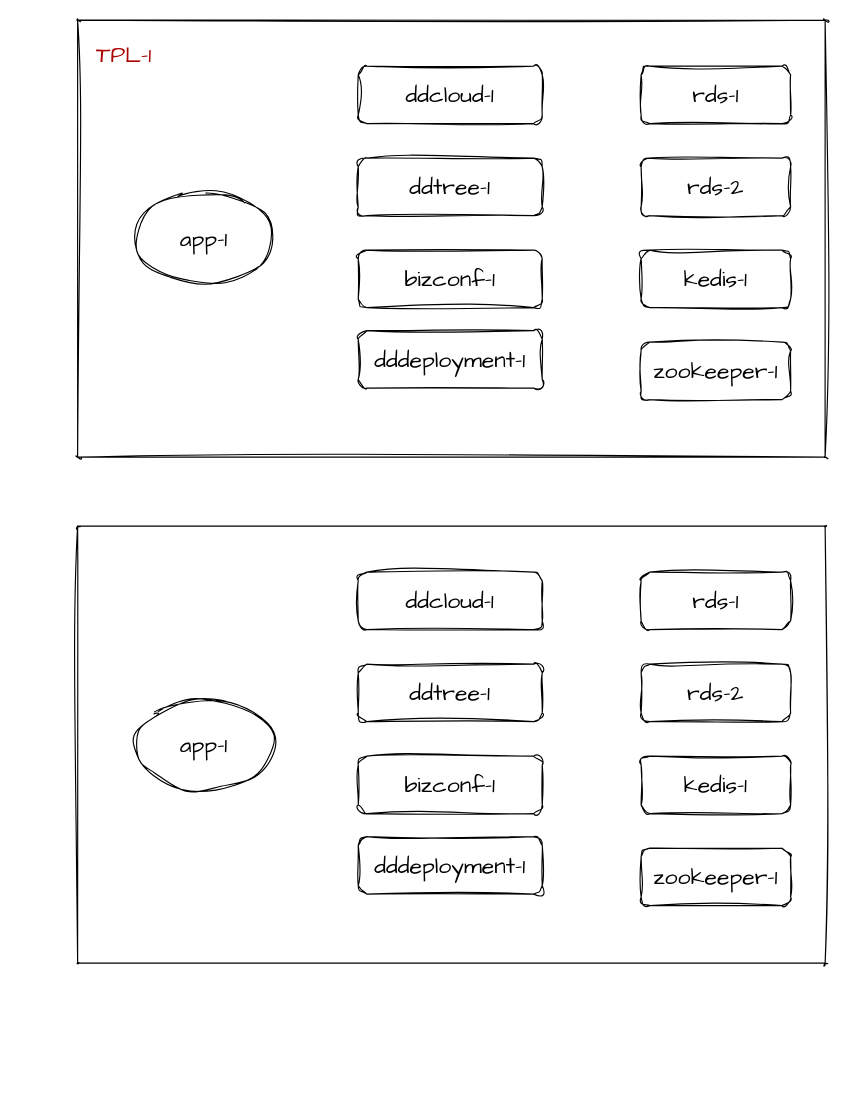
Earlier version of the draw.io diagram page "应用中心模板" (4 of 4) of app-prober.drawio (yubo/draw). Source tidied: cells renumbered, new cells numbered last; positions are measured from the earlier drawing's top-left corner, leaving out a move shared by most shapes. Both pictures are drawn from the tidied source at 115%, with x=0, y=0 at pixel (77, 20).
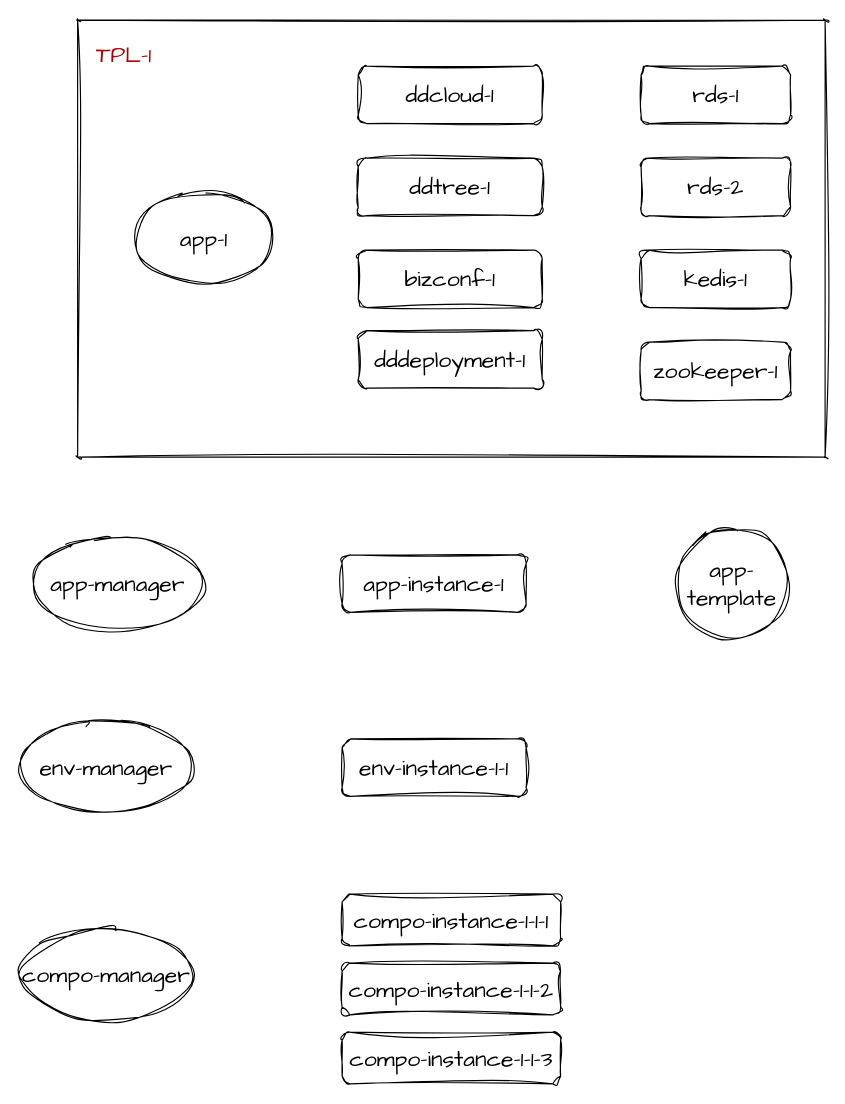
The same diagram, later.

The edit, as a diff of the source:
```diff
@@
-    <mxCell id="12" style="swimlane;startSize=0;sketch=1;hachureGap=4;jiggle=2;curveFitting=1;fontFamily=Architects Daughter;fontSize=20;rounded=1;arcSize=15;strokeColor=default;strokeWidth=1;glass=0;shadow=0;" parent="1" vertex="1">
-      <mxGeometry y="440" width="650" height="380" as="geometry" />
-    </mxCell>
-    <mxCell id="13" value="rds-1" style="rounded=1;whiteSpace=wrap;html=1;sketch=1;hachureGap=4;jiggle=2;curveFitting=1;fontFamily=Architects Daughter;fontSize=20;" parent="12" vertex="1">
-      <mxGeometry x="490" y="40" width="130" height="50" as="geometry" />
-    </mxCell>
-    <mxCell id="14" value="app-1" style="ellipse;whiteSpace=wrap;html=1;sketch=1;hachureGap=4;jiggle=2;curveFitting=1;fontFamily=Architects Daughter;fontSize=20;" parent="12" vertex="1">
-      <mxGeometry x="50" y="150" width="120" height="80" as="geometry" />
-    </mxCell>
-    <mxCell id="15" value="rds-2" style="rounded=1;whiteSpace=wrap;html=1;sketch=1;hachureGap=4;jiggle=2;curveFitting=1;fontFamily=Architects Daughter;fontSize=20;" parent="12" vertex="1">
-      <mxGeometry x="490" y="120" width="130" height="50" as="geometry" />
-    </mxCell>
-    <mxCell id="16" value="kedis-1" style="rounded=1;whiteSpace=wrap;html=1;sketch=1;hachureGap=4;jiggle=2;curveFitting=1;fontFamily=Architects Daughter;fontSize=20;" parent="12" vertex="1">
-      <mxGeometry x="490" y="200" width="130" height="50" as="geometry" />
-    </mxCell>
-    <mxCell id="17" value="zookeeper-1" style="rounded=1;whiteSpace=wrap;html=1;sketch=1;hachureGap=4;jiggle=2;curveFitting=1;fontFamily=Architects Daughter;fontSize=20;" parent="12" vertex="1">
-      <mxGeometry x="490" y="280" width="130" height="50" as="geometry" />
-    </mxCell>
-    <mxCell id="18" value="ddcloud-1" style="rounded=1;whiteSpace=wrap;html=1;sketch=1;hachureGap=4;jiggle=2;curveFitting=1;fontFamily=Architects Daughter;fontSize=20;" parent="12" vertex="1">
-      <mxGeometry x="244" y="40" width="160" height="50" as="geometry" />
-    </mxCell>
-    <mxCell id="19" value="ddtree-1" style="rounded=1;whiteSpace=wrap;html=1;sketch=1;hachureGap=4;jiggle=2;curveFitting=1;fontFamily=Architects Daughter;fontSize=20;" parent="12" vertex="1">
-      <mxGeometry x="244" y="120" width="160" height="50" as="geometry" />
-    </mxCell>
-    <mxCell id="20" value="bizconf-1" style="rounded=1;whiteSpace=wrap;html=1;sketch=1;hachureGap=4;jiggle=2;curveFitting=1;fontFamily=Architects Daughter;fontSize=20;" parent="12" vertex="1">
-      <mxGeometry x="244" y="200" width="160" height="50" as="geometry" />
-    </mxCell>
-    <mxCell id="21" value="dddeployment-1" style="rounded=1;whiteSpace=wrap;html=1;sketch=1;hachureGap=4;jiggle=2;curveFitting=1;fontFamily=Architects Daughter;fontSize=20;" parent="12" vertex="1">
-      <mxGeometry x="244" y="270" width="160" height="50" as="geometry" />
-    </mxCell>
@@
+    <mxCell id="23" value="app-manager" style="ellipse;whiteSpace=wrap;html=1;sketch=1;hachureGap=4;jiggle=2;curveFitting=1;fontFamily=Architects Daughter;fontSize=20;" parent="1" vertex="1">
+      <mxGeometry x="-40" y="450" width="150" height="80" as="geometry" />
+    </mxCell>
+    <mxCell id="24" value="app-template" style="ellipse;whiteSpace=wrap;html=1;sketch=1;hachureGap=4;jiggle=2;curveFitting=1;fontFamily=Architects Daughter;fontSize=20;" parent="1" vertex="1">
+      <mxGeometry x="520" y="441.2" width="97.5" height="97.5" as="geometry" />
+    </mxCell>
+    <mxCell id="25" value="app-instance-1" style="rounded=1;whiteSpace=wrap;html=1;sketch=1;hachureGap=4;jiggle=2;curveFitting=1;fontFamily=Architects Daughter;fontSize=20;" parent="1" vertex="1">
+      <mxGeometry x="230" y="465" width="160" height="50" as="geometry" />
+    </mxCell>
+    <mxCell id="26" value="env-manager" style="ellipse;whiteSpace=wrap;html=1;sketch=1;hachureGap=4;jiggle=2;curveFitting=1;fontFamily=Architects Daughter;fontSize=20;" parent="1" vertex="1">
+      <mxGeometry x="-50" y="610" width="150" height="80" as="geometry" />
+    </mxCell>
+    <mxCell id="27" value="env-instance-1-1" style="rounded=1;whiteSpace=wrap;html=1;sketch=1;hachureGap=4;jiggle=2;curveFitting=1;fontFamily=Architects Daughter;fontSize=20;" parent="1" vertex="1">
+      <mxGeometry x="230" y="625" width="160" height="50" as="geometry" />
+    </mxCell>
+    <mxCell id="28" value="compo-manager" style="ellipse;whiteSpace=wrap;html=1;sketch=1;hachureGap=4;jiggle=2;curveFitting=1;fontFamily=Architects Daughter;fontSize=20;" parent="1" vertex="1">
+      <mxGeometry x="-50" y="790" width="150" height="80" as="geometry" />
+    </mxCell>
+    <mxCell id="29" value="compo-instance-1-1-1" style="rounded=1;whiteSpace=wrap;html=1;sketch=1;hachureGap=4;jiggle=2;curveFitting=1;fontFamily=Architects Daughter;fontSize=20;" parent="1" vertex="1">
+      <mxGeometry x="230" y="760" width="190" height="45" as="geometry" />
+    </mxCell>
+    <mxCell id="30" value="compo-instance-1-1-2" style="rounded=1;whiteSpace=wrap;html=1;sketch=1;hachureGap=4;jiggle=2;curveFitting=1;fontFamily=Architects Daughter;fontSize=20;" parent="1" vertex="1">
+      <mxGeometry x="230" y="820" width="190" height="45" as="geometry" />
+    </mxCell>
+    <mxCell id="31" value="compo-instance-1-1-3" style="rounded=1;whiteSpace=wrap;html=1;sketch=1;hachureGap=4;jiggle=2;curveFitting=1;fontFamily=Architects Daughter;fontSize=20;" parent="1" vertex="1">
+      <mxGeometry x="230" y="880" width="190" height="45" as="geometry" />
+    </mxCell>
```
